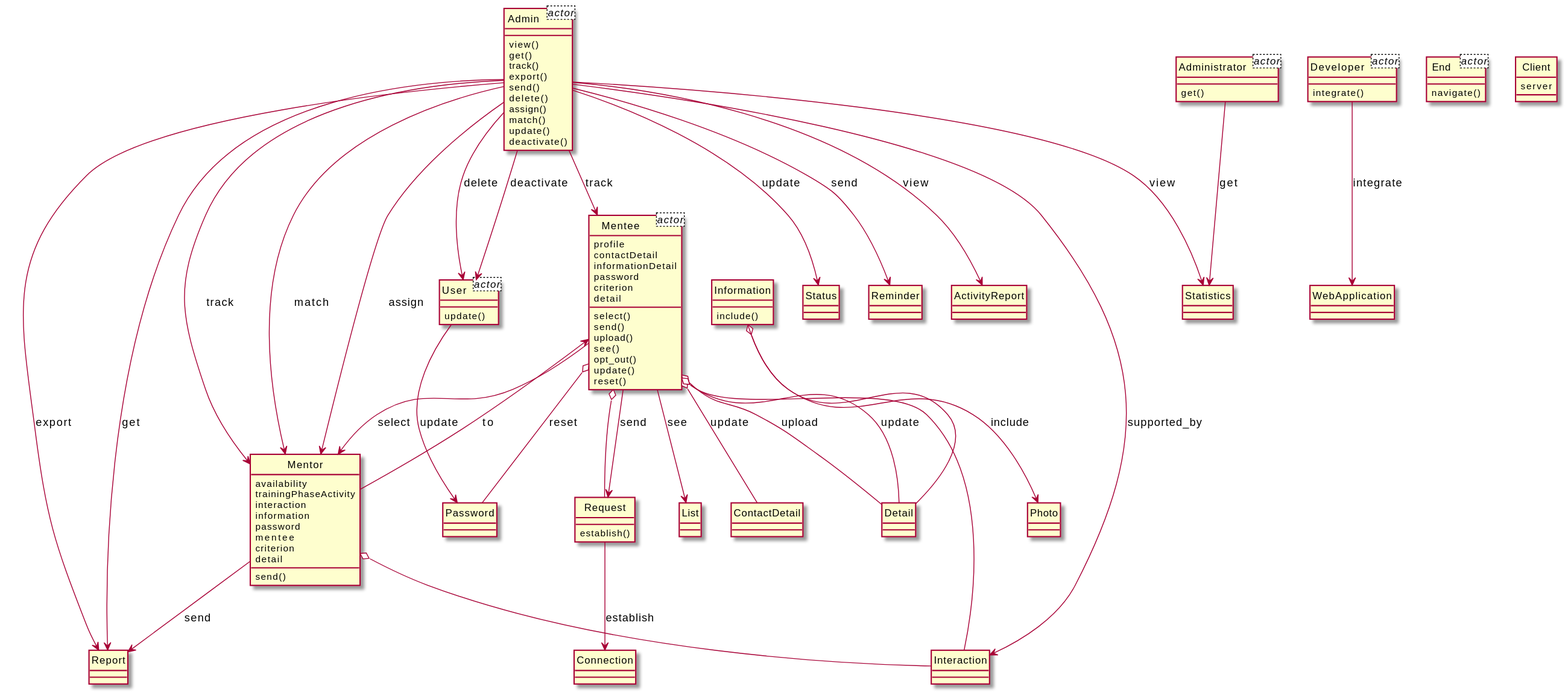
xixixhalu/DomainModelExtractor keeps this PlantUML diagram as output/diagram_5/2019-USC-Project13.svg. Above is the earlier version.
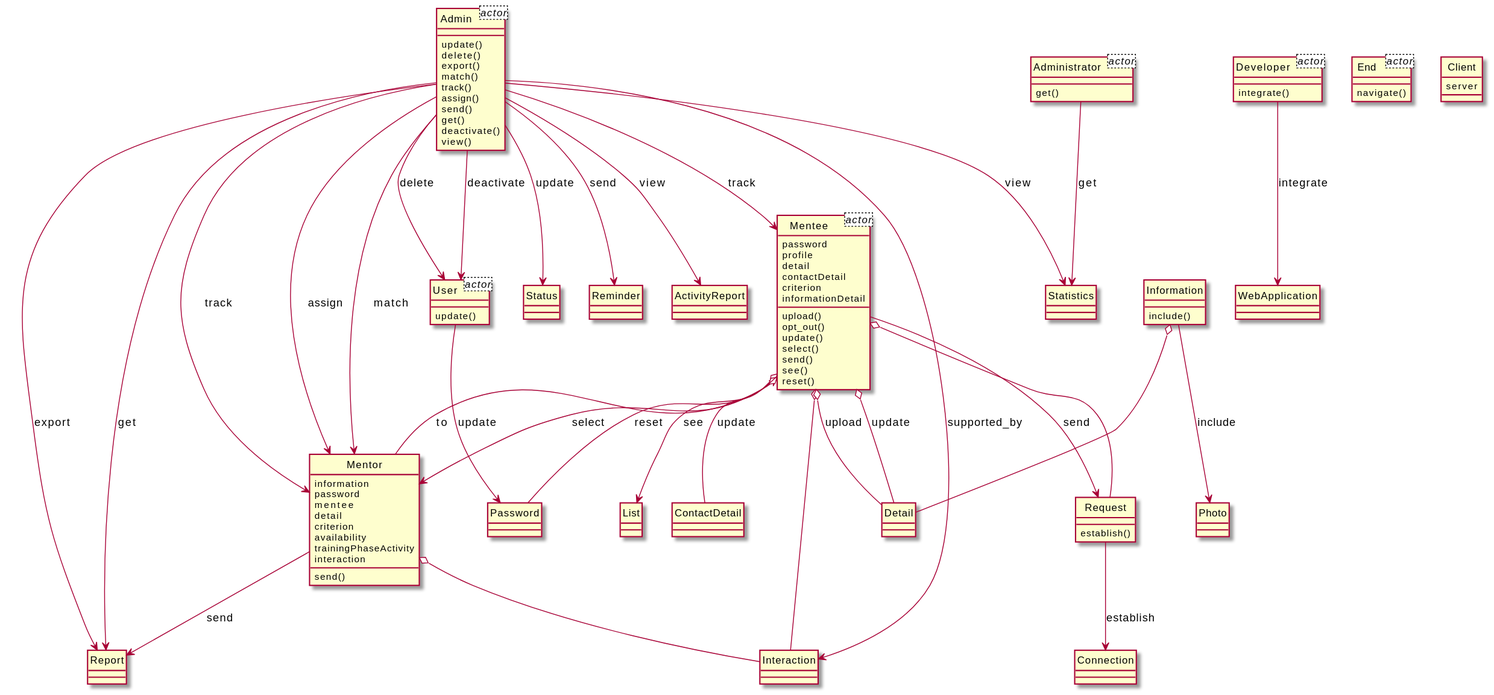
After the commit.

What changed in the source:
```diff
@@ -3,12 +3,12 @@
 class Admin<actor> {
 }
 class Mentee<actor> {
+	password
 	profile
+	detail
 	contactDetail
+	criterion
 	informationDetail
-	password
-	criterion
-	detail
 }
 class User<actor> {
 }
@@ -19,14 +19,14 @@
 class Administrator<actor> {
 }
 class Mentor {
+	information
+	password
+	mentee
+	detail
+	criterion
 	availability
 	trainingPhaseActivity
 	interaction
-	information
-	password
-	mentee
-	criterion
-	detail
 	send()
 }
 class Client {
@@ -35,97 +35,97 @@
 class Interaction {
 }
 class Admin {
+	update()
+	delete()
+	export()
+	match()
+	track()
+	assign()
+	send()
+	get()
+	deactivate()
 	view()
-	get()
-	track()
-	export()
-	send()
-	delete()
-	assign()
-	match()
-	update()
-	deactivate()
-}
-class Mentee {
-	select()
-	send()
-	upload()
-	see()
-	opt_out()
-	update()
-	reset()
-}
-class Status {
-}
-class ContactDetail {
-}
-class Developer {
-	integrate()
-}
-class Detail {
-}
-class Reminder {
-}
-class ActivityReport {
-}
-class Password {
 }
 class User {
 	update()
-}
-class Report {
-}
-class Request {
-	establish()
-}
-class Connection {
-}
-class WebApplication {
 }
 class Information {
 	include()
 }
 class Photo {
 }
+class Report {
+}
+class Status {
+}
+class Mentee {
+	upload()
+	opt_out()
+	update()
+	select()
+	send()
+	see()
+	reset()
+}
+class Request {
+	establish()
+}
+class Reminder {
+}
+class Statistics {
+}
 class Administrator {
 	get()
 }
-class Statistics {
+class Detail {
+}
+class List {
+}
+class ContactDetail {
+}
+class ActivityReport {
+}
+class Password {
+}
+class Connection {
+}
+class Developer {
+	integrate()
 }
 class End {
 	navigate()
 }
-class List {
+class WebApplication {
 }
+Information --> Photo : include
+Mentor o-- Interaction
+Admin --> Mentor : match
+Mentee o-- Interaction
+Admin --> Report : export
+Admin --> Report : get
 Mentee o-- ContactDetail : update
+Admin --> Status : update
+Admin --> ActivityReport : view
+Admin --> Mentee : track
+User --> Password : update
+Mentee --> Request : send
+Request --> Connection : establish
+Admin --> Reminder : send
+Mentee --> Mentor : select
+Admin --> Mentor : track
+Admin --> Statistics : view
+Administrator --> Statistics : get
+Mentor --> Report : send
+Mentee o-- Password : reset
 Mentee o-- Request
-Admin --> Report : export
+Mentee o-- Detail : upload
+Admin --> User : delete
+Developer --> WebApplication : integrate
+Admin --> Interaction : supported_by
+Mentee --> List : see
+Admin --> User : deactivate
 Information o-- Detail
-Admin --> Mentor : track
-Admin --> Mentor : match
-Mentor --> Report : send
 Mentee o-- Detail : update
-Admin --> User : deactivate
-User --> Password : update
-Admin --> Reminder : send
-Information --> Photo : include
-Admin --> ActivityReport : view
-Admin --> User : delete
-Mentee --> Mentor : select
-Mentee o-- Password : reset
-Administrator --> Statistics : get
-Admin --> Statistics : view
-Admin --> Report : get
-Mentee --> List : see
-Mentee o-- Detail : upload
 Admin --> Mentor : assign
-Admin --> Mentee : track
-Mentee --> Request : send
-Developer --> WebApplication : integrate
-Mentor o-- Interaction
-Admin --> Interaction : supported_by
-Admin --> Status : update
-Mentee o-- Interaction
-Request --> Connection : establish
 Mentor --> Mentee : to
 @enduml
```
